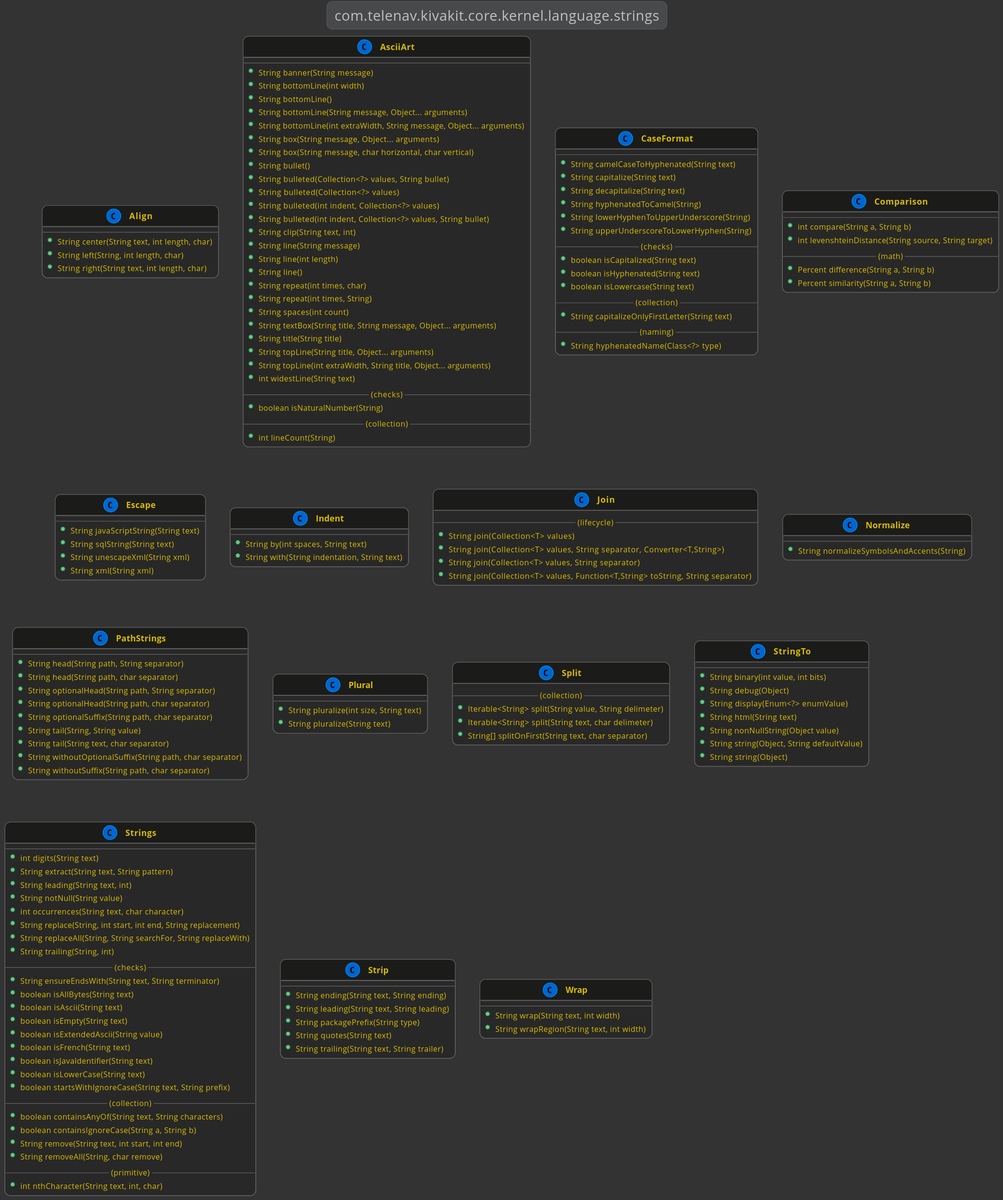
Before: kivakit-core/kernel/documentation/diagrams/com.telenav.kivakit.core.kernel.language.strings.svg, a diagram exported from PlantUML (Telenav/kivakit).
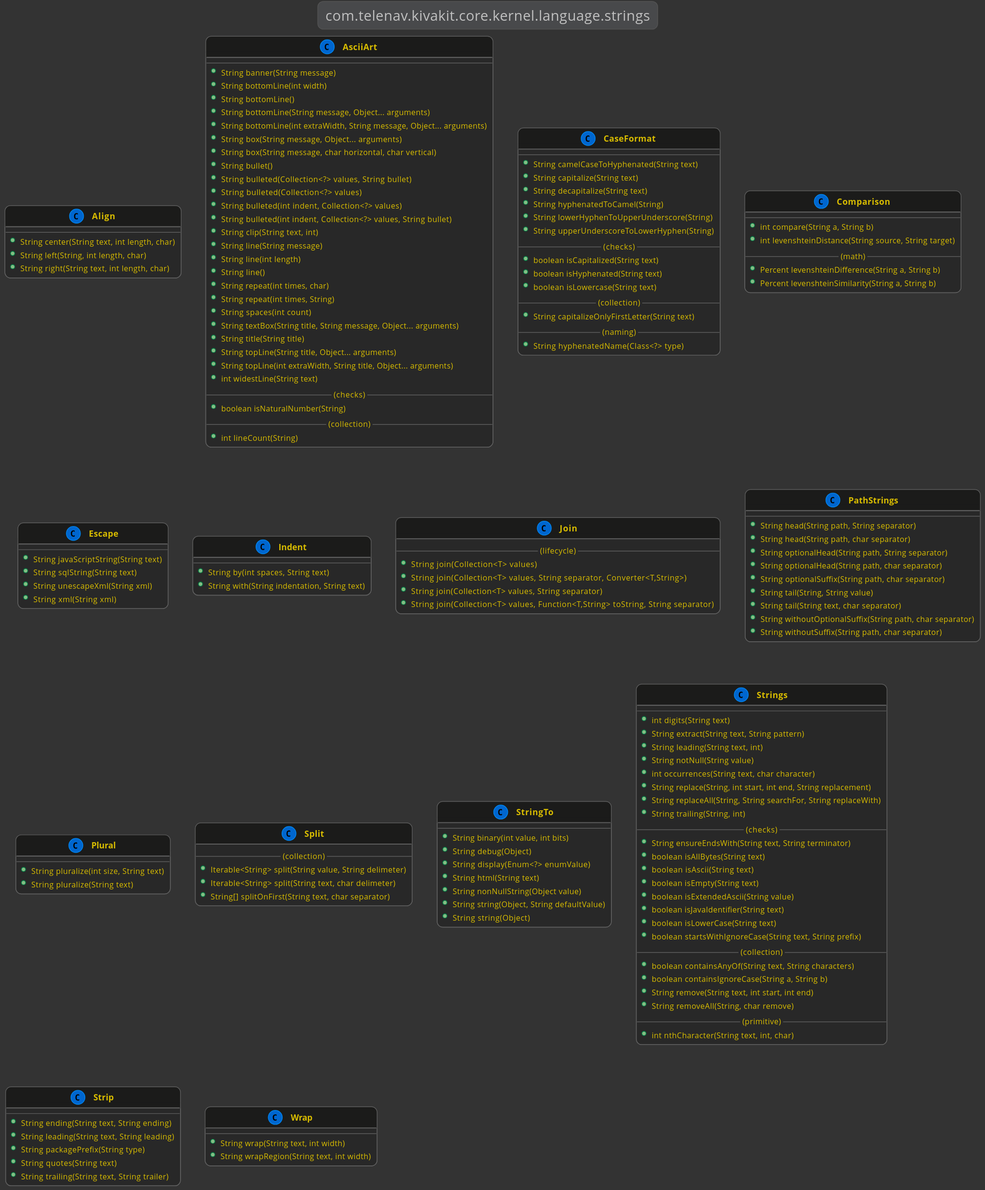
The same diagram one commit later.

What changed in the source:
```diff
@@ -70,8 +70,8 @@
         +int compare(String a, String b)
         +int levenshteinDistance(String source, String target)
         --(math)--
-        +Percent difference(String a, String b)
-        +Percent similarity(String a, String b)
+        +Percent levenshteinDifference(String a, String b)
+        +Percent levenshteinSimilarity(String a, String b)
     }
 
     class Escape
@@ -97,12 +97,6 @@
         +String join(Collection<T> values, String separator, Converter<T,String>)
         +String join(Collection<T> values, String separator)
         +String join(Collection<T> values, Function<T,String> toString, String separator)
-    }
-
-    class Normalize
-    {
-        --
-        +String normalizeSymbolsAndAccents(String)
     }
 
     class PathStrings
@@ -163,7 +157,6 @@
         +boolean isAscii(String text)
         +boolean isEmpty(String text)
         +boolean isExtendedAscii(String value)
-        +boolean isFrench(String text)
         +boolean isJavaIdentifier(String text)
         +boolean isLowerCase(String text)
         +boolean startsWithIgnoreCase(String text, String prefix)
```
